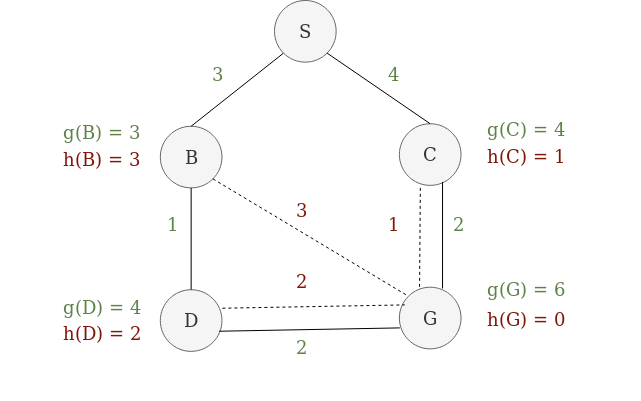
The draw.io diagram report/draw-io/Astar.png in lukasp2/exjobb, before a commit. Source tidied: cells renumbered, new cells last; positions are measured from the earlier drawing's top-left corner, leaving out a move shared by most shapes. Source of this version:
```xml
<mxGraphModel>
  <root>
    <mxCell id="0" />
    <mxCell id="1" parent="0" />
    <mxCell id="2" style="group;fontSize=18;" parent="1" vertex="1">
      <mxGeometry width="640" height="400" as="geometry" />
    </mxCell>
    <mxCell id="3" value="B" style="ellipse;whiteSpace=wrap;html=1;strokeWidth=1;fillColor=#f5f5f5;strokeColor=#666666;fontColor=#333333;fontSize=18;" parent="2" vertex="1">
      <mxGeometry x="159.8" y="125.8" width="61.6" height="61.6" as="geometry" />
    </mxCell>
    <mxCell id="4" style="edgeStyle=none;rounded=0;jettySize=auto;html=1;exitX=0;exitY=1;exitDx=0;exitDy=0;entryX=0.5;entryY=0;entryDx=0;entryDy=0;endArrow=none;endFill=0;strokeWidth=1;fontSize=18;" parent="2" edge="1" source="5" target="3">
      <mxGeometry relative="1" as="geometry" />
    </mxCell>
    <mxCell id="5" value="S" style="ellipse;whiteSpace=wrap;html=1;strokeWidth=1;fillColor=#f5f5f5;strokeColor=#666666;fontColor=#333333;fontSize=18;" parent="2" vertex="1">
      <mxGeometry x="274" width="61.6" height="61.6" as="geometry" />
    </mxCell>
    <mxCell id="6" value="D" style="ellipse;whiteSpace=wrap;html=1;strokeWidth=1;fillColor=#f5f5f5;strokeColor=#666666;fontColor=#333333;fontSize=18;" parent="2" vertex="1">
      <mxGeometry x="159.8" y="289.2" width="61.6" height="61.6" as="geometry" />
    </mxCell>
    <mxCell id="7" style="edgeStyle=none;rounded=0;jettySize=auto;html=1;exitX=0.5;exitY=1;exitDx=0;exitDy=0;entryX=0.5;entryY=0;entryDx=0;entryDy=0;endArrow=none;endFill=0;strokeWidth=1;fontSize=18;" parent="2" edge="1" source="3" target="6">
      <mxGeometry relative="1" as="geometry" />
    </mxCell>
    <mxCell id="8" value="C" style="ellipse;whiteSpace=wrap;html=1;strokeWidth=1;fillColor=#f5f5f5;strokeColor=#666666;fontColor=#333333;fontSize=18;" parent="2" vertex="1">
      <mxGeometry x="398.9" y="123.2" width="61.6" height="61.6" as="geometry" />
    </mxCell>
    <mxCell id="9" style="rounded=0;jettySize=auto;html=1;exitX=1;exitY=1;exitDx=0;exitDy=0;entryX=0.5;entryY=0;entryDx=0;entryDy=0;strokeWidth=1;endArrow=none;endFill=0;fontSize=18;" parent="2" edge="1" source="5" target="8">
      <mxGeometry relative="1" as="geometry" />
    </mxCell>
    <mxCell id="10" value="G" style="ellipse;whiteSpace=wrap;html=1;strokeWidth=1;fillColor=#f5f5f5;strokeColor=#666666;fontColor=#333333;fontSize=18;" parent="2" vertex="1">
      <mxGeometry x="398.9" y="286.7" width="61.6" height="61.6" as="geometry" />
    </mxCell>
    <mxCell id="11" style="edgeStyle=none;rounded=0;jettySize=auto;html=1;exitX=1;exitY=1;exitDx=0;exitDy=0;entryX=0;entryY=0;entryDx=0;entryDy=0;endArrow=none;endFill=0;strokeWidth=1;dashed=1;fontColor=#5E824A;fontSize=18;" parent="2" edge="1" source="3" target="10">
      <mxGeometry relative="1" as="geometry" />
    </mxCell>
    <mxCell id="12" style="edgeStyle=none;rounded=0;jettySize=auto;html=1;exitX=0.953;exitY=0.673;exitDx=0;exitDy=0;entryX=0.007;entryY=0.66;entryDx=0;entryDy=0;endArrow=none;endFill=0;strokeWidth=1;entryPerimeter=0;exitPerimeter=0;fontSize=18;" parent="2" edge="1" source="6" target="10">
      <mxGeometry relative="1" as="geometry" />
    </mxCell>
    <mxCell id="13" style="edgeStyle=none;rounded=0;jettySize=auto;html=1;exitX=1.007;exitY=0.3;exitDx=0;exitDy=0;dashed=1;endArrow=none;endFill=0;strokeWidth=1;entryX=0.087;entryY=0.287;entryDx=0;entryDy=0;entryPerimeter=0;exitPerimeter=0;fontColor=#5E824A;fontSize=18;" parent="2" edge="1" source="6" target="10">
      <mxGeometry relative="1" as="geometry" />
    </mxCell>
    <mxCell id="14" style="edgeStyle=none;rounded=0;jettySize=auto;html=1;exitX=0.7;exitY=0.947;exitDx=0;exitDy=0;entryX=0.7;entryY=0.02;entryDx=0;entryDy=0;endArrow=none;endFill=0;strokeWidth=1;exitPerimeter=0;entryPerimeter=0;fontSize=18;" parent="2" edge="1" source="8" target="10">
      <mxGeometry relative="1" as="geometry" />
    </mxCell>
    <mxCell id="15" style="edgeStyle=none;rounded=0;jettySize=auto;html=1;exitX=0.34;exitY=1.04;exitDx=0;exitDy=0;entryX=0.327;entryY=0.033;entryDx=0;entryDy=0;dashed=1;endArrow=none;endFill=0;strokeWidth=1;exitPerimeter=0;entryPerimeter=0;fontColor=#5E824A;fontSize=18;" parent="2" edge="1" source="8" target="10">
      <mxGeometry relative="1" as="geometry" />
    </mxCell>
    <mxCell id="16" value="&lt;div style=&quot;font-size: 18px;&quot;&gt;g(C) = 4&lt;br style=&quot;font-size: 18px;&quot;&gt;&lt;/div&gt;" style="text;html=1;align=center;verticalAlign=middle;strokeWidth=1;fontColor=#5E824A;fontSize=18;" parent="2" vertex="1">
      <mxGeometry x="480" y="114" width="90" height="30" as="geometry" />
    </mxCell>
    <mxCell id="17" value="&lt;div style=&quot;font-size: 18px;&quot;&gt;g(D) = 4&lt;br style=&quot;font-size: 18px;&quot;&gt;&lt;/div&gt;" style="text;html=1;align=center;verticalAlign=middle;strokeWidth=1;fontColor=#5E824A;fontSize=18;" parent="2" vertex="1">
      <mxGeometry x="56" y="291.7" width="90" height="30" as="geometry" />
    </mxCell>
    <mxCell id="18" value="&lt;div style=&quot;font-size: 18px;&quot;&gt;h(D) = 2&lt;br style=&quot;font-size: 18px;&quot;&gt;&lt;/div&gt;" style="text;html=1;align=center;verticalAlign=middle;strokeWidth=1;fontColor=#80160A;fontSize=18;" parent="2" vertex="1">
      <mxGeometry x="56" y="318.4" width="90" height="30" as="geometry" />
    </mxCell>
    <mxCell id="19" value="4" style="text;html=1;align=center;verticalAlign=middle;strokeWidth=1;fontColor=#5E824A;fontSize=18;" parent="2" vertex="1">
      <mxGeometry x="377.6" y="59.2" width="30" height="30" as="geometry" />
    </mxCell>
    <mxCell id="20" value="3" style="text;html=1;align=center;verticalAlign=middle;strokeWidth=1;fontColor=#5E824A;fontSize=18;" parent="2" vertex="1">
      <mxGeometry x="201.6" y="59.2" width="30" height="30" as="geometry" />
    </mxCell>
    <mxCell id="21" value="1" style="text;html=1;align=center;verticalAlign=middle;strokeWidth=1;fontColor=#5E824A;fontSize=18;" parent="2" vertex="1">
      <mxGeometry x="157.3" y="208.8" width="30" height="30" as="geometry" />
    </mxCell>
    <mxCell id="22" value="2" style="text;html=1;align=center;verticalAlign=middle;strokeWidth=1;fontColor=#5E824A;fontSize=18;" parent="2" vertex="1">
      <mxGeometry x="443" y="208.8" width="30" height="30" as="geometry" />
    </mxCell>
    <mxCell id="23" value="2" style="text;html=1;align=center;verticalAlign=middle;strokeWidth=1;fontColor=#5E824A;fontSize=18;" parent="2" vertex="1">
      <mxGeometry x="285.6" y="331.9" width="30" height="30" as="geometry" />
    </mxCell>
    <mxCell id="24" value="&lt;div style=&quot;font-size: 18px;&quot;&gt;g(G) = 6&lt;/div&gt;" style="text;html=1;align=center;verticalAlign=middle;strokeWidth=1;fontColor=#5E824A;fontSize=18;" parent="2" vertex="1">
      <mxGeometry x="480" y="274.3" width="90" height="30" as="geometry" />
    </mxCell>
    <mxCell id="25" value="3" style="text;html=1;align=center;verticalAlign=middle;strokeWidth=1;fontColor=#80160A;fontSize=18;" parent="2" vertex="1">
      <mxGeometry x="285.6" y="195" width="30" height="30" as="geometry" />
    </mxCell>
    <mxCell id="26" value="2" style="text;html=1;align=center;verticalAlign=middle;strokeWidth=1;fontColor=#80160A;fontSize=18;" parent="2" vertex="1">
      <mxGeometry x="285.6" y="266.2" width="30" height="30" as="geometry" />
    </mxCell>
    <mxCell id="27" value="1" style="text;html=1;align=center;verticalAlign=middle;strokeWidth=1;fontColor=#80160A;fontSize=18;" parent="2" vertex="1">
      <mxGeometry x="377.6" y="208.8" width="30" height="30" as="geometry" />
    </mxCell>
    <mxCell id="28" value="&lt;div style=&quot;font-size: 18px;&quot;&gt;h(C) = 1&lt;br style=&quot;font-size: 18px;&quot;&gt;&lt;/div&gt;" style="text;html=1;align=center;verticalAlign=middle;strokeWidth=1;fontColor=#80160A;fontSize=18;" parent="2" vertex="1">
      <mxGeometry x="480" y="140.6" width="90" height="30" as="geometry" />
    </mxCell>
    <mxCell id="29" value="&lt;div style=&quot;font-size: 18px;&quot;&gt;h(G) = 0&lt;br style=&quot;font-size: 18px;&quot;&gt;&lt;/div&gt;" style="text;html=1;align=center;verticalAlign=middle;strokeWidth=1;fontColor=#80160A;fontSize=18;" parent="2" vertex="1">
      <mxGeometry x="480" y="303.6" width="90" height="30" as="geometry" />
    </mxCell>
    <mxCell id="30" style="group;fontSize=18;" parent="2" vertex="1">
      <mxGeometry x="50" y="123.2" width="96" height="53.3" as="geometry" />
    </mxCell>
    <mxCell id="31" value="&lt;div style=&quot;font-size: 18px;&quot;&gt;&lt;font style=&quot;font-size: 18px;&quot;&gt;g(B) = 3&lt;/font&gt;&lt;/div&gt;" style="text;html=1;align=center;verticalAlign=middle;strokeWidth=1;fontColor=#5E824A;fontSize=18;" parent="30" vertex="1">
      <mxGeometry x="6" y="-5.8" width="90" height="30" as="geometry" />
    </mxCell>
    <mxCell id="32" value="&lt;div style=&quot;font-size: 18px;&quot;&gt;&lt;font style=&quot;font-size: 18px;&quot;&gt;h(B) = 3&lt;br style=&quot;font-size: 18px;&quot;&gt;&lt;/font&gt;&lt;/div&gt;" style="text;html=1;align=center;verticalAlign=middle;fontStyle=0;labelBackgroundColor=none;labelBorderColor=none;strokeWidth=1;fontColor=#80160A;fontSize=18;" parent="30" vertex="1">
      <mxGeometry x="6" y="20.9" width="90" height="30" as="geometry" />
    </mxCell>
  </root>
</mxGraphModel>
```
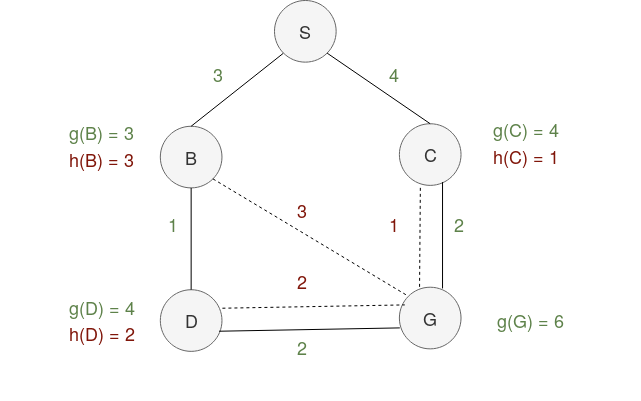
The same diagram one commit later.

What changed in the source:
```diff
@@ -2,91 +2,88 @@
   <root>
     <mxCell id="0" />
     <mxCell id="1" parent="0" />
-    <mxCell id="2" style="group;fontSize=18;" parent="1" vertex="1">
-      <mxGeometry width="640" height="400" as="geometry" />
-    </mxCell>
+    <mxCell id="33" style="group;fontSize=18;" parent="1" vertex="1">
+      <mxGeometry x="10" width="640" height="400" as="geometry" />
+    </mxCell>
-    <mxCell id="3" value="B" style="ellipse;whiteSpace=wrap;html=1;strokeWidth=1;fillColor=#f5f5f5;strokeColor=#666666;fontColor=#333333;fontSize=18;" parent="2" vertex="1">
+    <mxCell id="3" value="B" style="ellipse;whiteSpace=wrap;html=1;strokeWidth=1;fillColor=#f5f5f5;strokeColor=#666666;fontColor=#333333;fontSize=18;" parent="33" vertex="1">
       <mxGeometry x="159.8" y="125.8" width="61.6" height="61.6" as="geometry" />
     </mxCell>
-    <mxCell id="4" style="edgeStyle=none;rounded=0;jettySize=auto;html=1;exitX=0;exitY=1;exitDx=0;exitDy=0;entryX=0.5;entryY=0;entryDx=0;entryDy=0;endArrow=none;endFill=0;strokeWidth=1;fontSize=18;" parent="2" edge="1" source="5" target="3">
+    <mxCell id="4" style="edgeStyle=none;rounded=0;jettySize=auto;html=1;exitX=0;exitY=1;exitDx=0;exitDy=0;entryX=0.5;entryY=0;entryDx=0;entryDy=0;endArrow=none;endFill=0;strokeWidth=1;fontSize=18;" parent="33" edge="1" source="5" target="3">
       <mxGeometry relative="1" as="geometry" />
     </mxCell>
-    <mxCell id="5" value="S" style="ellipse;whiteSpace=wrap;html=1;strokeWidth=1;fillColor=#f5f5f5;strokeColor=#666666;fontColor=#333333;fontSize=18;" parent="2" vertex="1">
+    <mxCell id="5" value="S" style="ellipse;whiteSpace=wrap;html=1;strokeWidth=1;fillColor=#f5f5f5;strokeColor=#666666;fontColor=#333333;fontSize=18;" parent="33" vertex="1">
       <mxGeometry x="274" width="61.6" height="61.6" as="geometry" />
     </mxCell>
-    <mxCell id="6" value="D" style="ellipse;whiteSpace=wrap;html=1;strokeWidth=1;fillColor=#f5f5f5;strokeColor=#666666;fontColor=#333333;fontSize=18;" parent="2" vertex="1">
+    <mxCell id="6" value="D" style="ellipse;whiteSpace=wrap;html=1;strokeWidth=1;fillColor=#f5f5f5;strokeColor=#666666;fontColor=#333333;fontSize=18;" parent="33" vertex="1">
       <mxGeometry x="159.8" y="289.2" width="61.6" height="61.6" as="geometry" />
     </mxCell>
-    <mxCell id="7" style="edgeStyle=none;rounded=0;jettySize=auto;html=1;exitX=0.5;exitY=1;exitDx=0;exitDy=0;entryX=0.5;entryY=0;entryDx=0;entryDy=0;endArrow=none;endFill=0;strokeWidth=1;fontSize=18;" parent="2" edge="1" source="3" target="6">
+    <mxCell id="7" style="edgeStyle=none;rounded=0;jettySize=auto;html=1;exitX=0.5;exitY=1;exitDx=0;exitDy=0;entryX=0.5;entryY=0;entryDx=0;entryDy=0;endArrow=none;endFill=0;strokeWidth=1;fontSize=18;" parent="33" edge="1" source="3" target="6">
       <mxGeometry relative="1" as="geometry" />
     </mxCell>
-    <mxCell id="8" value="C" style="ellipse;whiteSpace=wrap;html=1;strokeWidth=1;fillColor=#f5f5f5;strokeColor=#666666;fontColor=#333333;fontSize=18;" parent="2" vertex="1">
+    <mxCell id="8" value="C" style="ellipse;whiteSpace=wrap;html=1;strokeWidth=1;fillColor=#f5f5f5;strokeColor=#666666;fontColor=#333333;fontSize=18;" parent="33" vertex="1">
       <mxGeometry x="398.9" y="123.2" width="61.6" height="61.6" as="geometry" />
     </mxCell>
-    <mxCell id="9" style="rounded=0;jettySize=auto;html=1;exitX=1;exitY=1;exitDx=0;exitDy=0;entryX=0.5;entryY=0;entryDx=0;entryDy=0;strokeWidth=1;endArrow=none;endFill=0;fontSize=18;" parent="2" edge="1" source="5" target="8">
+    <mxCell id="9" style="rounded=0;jettySize=auto;html=1;exitX=1;exitY=1;exitDx=0;exitDy=0;entryX=0.5;entryY=0;entryDx=0;entryDy=0;strokeWidth=1;endArrow=none;endFill=0;fontSize=18;" parent="33" edge="1" source="5" target="8">
       <mxGeometry relative="1" as="geometry" />
     </mxCell>
-    <mxCell id="10" value="G" style="ellipse;whiteSpace=wrap;html=1;strokeWidth=1;fillColor=#f5f5f5;strokeColor=#666666;fontColor=#333333;fontSize=18;" parent="2" vertex="1">
+    <mxCell id="10" value="G" style="ellipse;whiteSpace=wrap;html=1;strokeWidth=1;fillColor=#f5f5f5;strokeColor=#666666;fontColor=#333333;fontSize=18;" parent="33" vertex="1">
       <mxGeometry x="398.9" y="286.7" width="61.6" height="61.6" as="geometry" />
     </mxCell>
-    <mxCell id="11" style="edgeStyle=none;rounded=0;jettySize=auto;html=1;exitX=1;exitY=1;exitDx=0;exitDy=0;entryX=0;entryY=0;entryDx=0;entryDy=0;endArrow=none;endFill=0;strokeWidth=1;dashed=1;fontColor=#5E824A;fontSize=18;" parent="2" edge="1" source="3" target="10">
+    <mxCell id="11" style="edgeStyle=none;rounded=0;jettySize=auto;html=1;exitX=1;exitY=1;exitDx=0;exitDy=0;entryX=0;entryY=0;entryDx=0;entryDy=0;endArrow=none;endFill=0;strokeWidth=1;dashed=1;fontColor=#5E824A;fontSize=18;" parent="33" edge="1" source="3" target="10">
       <mxGeometry relative="1" as="geometry" />
     </mxCell>
-    <mxCell id="12" style="edgeStyle=none;rounded=0;jettySize=auto;html=1;exitX=0.953;exitY=0.673;exitDx=0;exitDy=0;entryX=0.007;entryY=0.66;entryDx=0;entryDy=0;endArrow=none;endFill=0;strokeWidth=1;entryPerimeter=0;exitPerimeter=0;fontSize=18;" parent="2" edge="1" source="6" target="10">
-      <mxGeometry relative="1" as="geometry" />
-    </mxCell>
-    <mxCell id="13" style="edgeStyle=none;rounded=0;jettySize=auto;html=1;exitX=1.007;exitY=0.3;exitDx=0;exitDy=0;dashed=1;endArrow=none;endFill=0;strokeWidth=1;entryX=0.087;entryY=0.287;entryDx=0;entryDy=0;entryPerimeter=0;exitPerimeter=0;fontColor=#5E824A;fontSize=18;" parent="2" edge="1" source="6" target="10">
-      <mxGeometry relative="1" as="geometry" />
-    </mxCell>
-    <mxCell id="14" style="edgeStyle=none;rounded=0;jettySize=auto;html=1;exitX=0.7;exitY=0.947;exitDx=0;exitDy=0;entryX=0.7;entryY=0.02;entryDx=0;entryDy=0;endArrow=none;endFill=0;strokeWidth=1;exitPerimeter=0;entryPerimeter=0;fontSize=18;" parent="2" edge="1" source="8" target="10">
-      <mxGeometry relative="1" as="geometry" />
-    </mxCell>
-    <mxCell id="15" style="edgeStyle=none;rounded=0;jettySize=auto;html=1;exitX=0.34;exitY=1.04;exitDx=0;exitDy=0;entryX=0.327;entryY=0.033;entryDx=0;entryDy=0;dashed=1;endArrow=none;endFill=0;strokeWidth=1;exitPerimeter=0;entryPerimeter=0;fontColor=#5E824A;fontSize=18;" parent="2" edge="1" source="8" target="10">
-      <mxGeometry relative="1" as="geometry" />
-    </mxCell>
+    <mxCell id="34" style="edgeStyle=none;rounded=0;jettySize=auto;html=1;exitX=0.953;exitY=0.673;exitDx=0;exitDy=0;entryX=0.007;entryY=0.66;entryDx=0;entryDy=0;endArrow=none;endFill=0;strokeWidth=1;entryPerimeter=0;exitPerimeter=0;fontSize=18;" parent="33" edge="1" source="6" target="10">
+      <mxGeometry relative="1" as="geometry" />
+    </mxCell>
+    <mxCell id="35" style="edgeStyle=none;rounded=0;jettySize=auto;html=1;exitX=1.007;exitY=0.3;exitDx=0;exitDy=0;dashed=1;endArrow=none;endFill=0;strokeWidth=1;entryX=0.087;entryY=0.287;entryDx=0;entryDy=0;entryPerimeter=0;exitPerimeter=0;fontColor=#5E824A;fontSize=18;" parent="33" edge="1" source="6" target="10">
+      <mxGeometry relative="1" as="geometry" />
+    </mxCell>
+    <mxCell id="36" style="edgeStyle=none;rounded=0;jettySize=auto;html=1;exitX=0.7;exitY=0.947;exitDx=0;exitDy=0;entryX=0.7;entryY=0.02;entryDx=0;entryDy=0;endArrow=none;endFill=0;strokeWidth=1;exitPerimeter=0;entryPerimeter=0;fontSize=18;" parent="33" edge="1" source="8" target="10">
+      <mxGeometry relative="1" as="geometry" />
+    </mxCell>
+    <mxCell id="37" style="edgeStyle=none;rounded=0;jettySize=auto;html=1;exitX=0.34;exitY=1.04;exitDx=0;exitDy=0;entryX=0.327;entryY=0.033;entryDx=0;entryDy=0;dashed=1;endArrow=none;endFill=0;strokeWidth=1;exitPerimeter=0;entryPerimeter=0;fontColor=#5E824A;fontSize=18;" parent="33" edge="1" source="8" target="10">
+      <mxGeometry relative="1" as="geometry" />
+    </mxCell>
-    <mxCell id="16" value="&lt;div style=&quot;font-size: 18px;&quot;&gt;g(C) = 4&lt;br style=&quot;font-size: 18px;&quot;&gt;&lt;/div&gt;" style="text;html=1;align=center;verticalAlign=middle;strokeWidth=1;fontColor=#5E824A;fontSize=18;" parent="2" vertex="1">
+    <mxCell id="16" value="&lt;div style=&quot;font-size: 18px;&quot;&gt;g(C) = 4&lt;br style=&quot;font-size: 18px;&quot;&gt;&lt;/div&gt;" style="text;html=1;align=center;verticalAlign=middle;strokeWidth=1;fontColor=#5E824A;fontSize=18;" parent="33" vertex="1">
       <mxGeometry x="480" y="114" width="90" height="30" as="geometry" />
     </mxCell>
-    <mxCell id="17" value="&lt;div style=&quot;font-size: 18px;&quot;&gt;g(D) = 4&lt;br style=&quot;font-size: 18px;&quot;&gt;&lt;/div&gt;" style="text;html=1;align=center;verticalAlign=middle;strokeWidth=1;fontColor=#5E824A;fontSize=18;" parent="2" vertex="1">
+    <mxCell id="17" value="&lt;div style=&quot;font-size: 18px;&quot;&gt;g(D) = 4&lt;br style=&quot;font-size: 18px;&quot;&gt;&lt;/div&gt;" style="text;html=1;align=center;verticalAlign=middle;strokeWidth=1;fontColor=#5E824A;fontSize=18;" parent="33" vertex="1">
       <mxGeometry x="56" y="291.7" width="90" height="30" as="geometry" />
     </mxCell>
-    <mxCell id="18" value="&lt;div style=&quot;font-size: 18px;&quot;&gt;h(D) = 2&lt;br style=&quot;font-size: 18px;&quot;&gt;&lt;/div&gt;" style="text;html=1;align=center;verticalAlign=middle;strokeWidth=1;fontColor=#80160A;fontSize=18;" parent="2" vertex="1">
+    <mxCell id="18" value="&lt;div style=&quot;font-size: 18px;&quot;&gt;h(D) = 2&lt;br style=&quot;font-size: 18px;&quot;&gt;&lt;/div&gt;" style="text;html=1;align=center;verticalAlign=middle;strokeWidth=1;fontColor=#80160A;fontSize=18;" parent="33" vertex="1">
       <mxGeometry x="56" y="318.4" width="90" height="30" as="geometry" />
     </mxCell>
-    <mxCell id="19" value="4" style="text;html=1;align=center;verticalAlign=middle;strokeWidth=1;fontColor=#5E824A;fontSize=18;" parent="2" vertex="1">
+    <mxCell id="19" value="4" style="text;html=1;align=center;verticalAlign=middle;strokeWidth=1;fontColor=#5E824A;fontSize=18;" parent="33" vertex="1">
       <mxGeometry x="377.6" y="59.2" width="30" height="30" as="geometry" />
     </mxCell>
-    <mxCell id="20" value="3" style="text;html=1;align=center;verticalAlign=middle;strokeWidth=1;fontColor=#5E824A;fontSize=18;" parent="2" vertex="1">
+    <mxCell id="20" value="3" style="text;html=1;align=center;verticalAlign=middle;strokeWidth=1;fontColor=#5E824A;fontSize=18;" parent="33" vertex="1">
       <mxGeometry x="201.6" y="59.2" width="30" height="30" as="geometry" />
     </mxCell>
-    <mxCell id="21" value="1" style="text;html=1;align=center;verticalAlign=middle;strokeWidth=1;fontColor=#5E824A;fontSize=18;" parent="2" vertex="1">
+    <mxCell id="21" value="1" style="text;html=1;align=center;verticalAlign=middle;strokeWidth=1;fontColor=#5E824A;fontSize=18;" parent="33" vertex="1">
       <mxGeometry x="157.3" y="208.8" width="30" height="30" as="geometry" />
     </mxCell>
-    <mxCell id="22" value="2" style="text;html=1;align=center;verticalAlign=middle;strokeWidth=1;fontColor=#5E824A;fontSize=18;" parent="2" vertex="1">
+    <mxCell id="22" value="2" style="text;html=1;align=center;verticalAlign=middle;strokeWidth=1;fontColor=#5E824A;fontSize=18;" parent="33" vertex="1">
       <mxGeometry x="443" y="208.8" width="30" height="30" as="geometry" />
     </mxCell>
-    <mxCell id="23" value="2" style="text;html=1;align=center;verticalAlign=middle;strokeWidth=1;fontColor=#5E824A;fontSize=18;" parent="2" vertex="1">
+    <mxCell id="23" value="2" style="text;html=1;align=center;verticalAlign=middle;strokeWidth=1;fontColor=#5E824A;fontSize=18;" parent="33" vertex="1">
       <mxGeometry x="285.6" y="331.9" width="30" height="30" as="geometry" />
     </mxCell>
-    <mxCell id="24" value="&lt;div style=&quot;font-size: 18px;&quot;&gt;g(G) = 6&lt;/div&gt;" style="text;html=1;align=center;verticalAlign=middle;strokeWidth=1;fontColor=#5E824A;fontSize=18;" parent="2" vertex="1">
-      <mxGeometry x="480" y="274.3" width="90" height="30" as="geometry" />
+    <mxCell id="24" value="&lt;div style=&quot;font-size: 18px;&quot;&gt;g(G) = 6&lt;/div&gt;" style="text;html=1;align=center;verticalAlign=middle;strokeWidth=1;fontColor=#5E824A;fontSize=18;" parent="33" vertex="1">
+      <mxGeometry x="485" y="305.1" width="90" height="30" as="geometry" />
     </mxCell>
-    <mxCell id="25" value="3" style="text;html=1;align=center;verticalAlign=middle;strokeWidth=1;fontColor=#80160A;fontSize=18;" parent="2" vertex="1">
+    <mxCell id="25" value="3" style="text;html=1;align=center;verticalAlign=middle;strokeWidth=1;fontColor=#80160A;fontSize=18;" parent="33" vertex="1">
       <mxGeometry x="285.6" y="195" width="30" height="30" as="geometry" />
     </mxCell>
-    <mxCell id="26" value="2" style="text;html=1;align=center;verticalAlign=middle;strokeWidth=1;fontColor=#80160A;fontSize=18;" parent="2" vertex="1">
+    <mxCell id="26" value="2" style="text;html=1;align=center;verticalAlign=middle;strokeWidth=1;fontColor=#80160A;fontSize=18;" parent="33" vertex="1">
       <mxGeometry x="285.6" y="266.2" width="30" height="30" as="geometry" />
     </mxCell>
-    <mxCell id="27" value="1" style="text;html=1;align=center;verticalAlign=middle;strokeWidth=1;fontColor=#80160A;fontSize=18;" parent="2" vertex="1">
+    <mxCell id="27" value="1" style="text;html=1;align=center;verticalAlign=middle;strokeWidth=1;fontColor=#80160A;fontSize=18;" parent="33" vertex="1">
       <mxGeometry x="377.6" y="208.8" width="30" height="30" as="geometry" />
     </mxCell>
-    <mxCell id="28" value="&lt;div style=&quot;font-size: 18px;&quot;&gt;h(C) = 1&lt;br style=&quot;font-size: 18px;&quot;&gt;&lt;/div&gt;" style="text;html=1;align=center;verticalAlign=middle;strokeWidth=1;fontColor=#80160A;fontSize=18;" parent="2" vertex="1">
-      <mxGeometry x="480" y="140.6" width="90" height="30" as="geometry" />
+    <mxCell id="28" value="&lt;div style=&quot;font-size: 18px&quot;&gt;h(C) = 1&lt;br style=&quot;font-size: 18px&quot;&gt;&lt;/div&gt;" style="text;html=1;align=center;verticalAlign=middle;strokeWidth=1;fontColor=#80160A;fontSize=18;" parent="33" vertex="1">
+      <mxGeometry x="485" y="140.6" width="80" height="30" as="geometry" />
     </mxCell>
-    <mxCell id="29" value="&lt;div style=&quot;font-size: 18px;&quot;&gt;h(G) = 0&lt;br style=&quot;font-size: 18px;&quot;&gt;&lt;/div&gt;" style="text;html=1;align=center;verticalAlign=middle;strokeWidth=1;fontColor=#80160A;fontSize=18;" parent="2" vertex="1">
-      <mxGeometry x="480" y="303.6" width="90" height="30" as="geometry" />
-    </mxCell>
-    <mxCell id="30" style="group;fontSize=18;" parent="2" vertex="1">
+    <mxCell id="30" style="group;fontSize=18;" parent="33" vertex="1">
       <mxGeometry x="50" y="123.2" width="96" height="53.3" as="geometry" />
     </mxCell>
     <mxCell id="31" value="&lt;div style=&quot;font-size: 18px;&quot;&gt;&lt;font style=&quot;font-size: 18px;&quot;&gt;g(B) = 3&lt;/font&gt;&lt;/div&gt;" style="text;html=1;align=center;verticalAlign=middle;strokeWidth=1;fontColor=#5E824A;fontSize=18;" parent="30" vertex="1">
```
